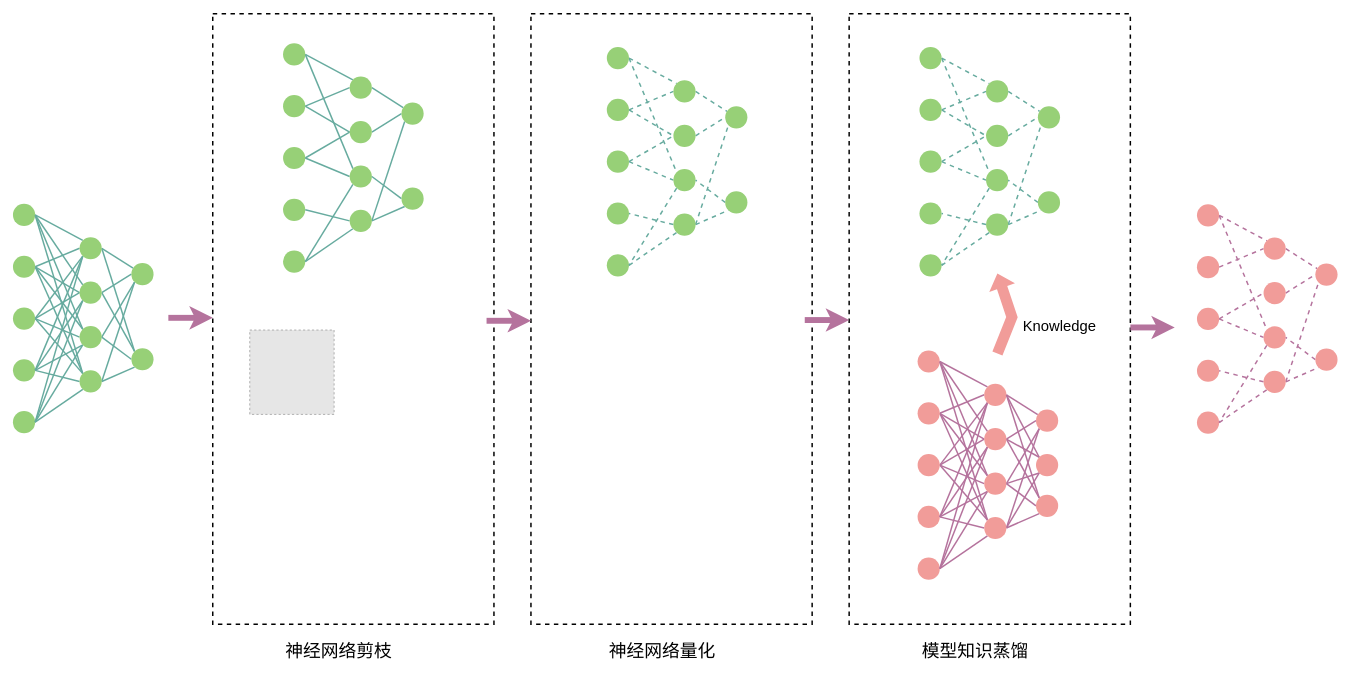
Above: compression.drawio in lsq4747/img (draw.io), before the change. Source tidied: cells renumbered, new cells numbered last; positions are measured from the earlier drawing's top-left corner, leaving out a move shared by most shapes. Both pictures are drawn from the tidied source at 74%, with x=0, y=0 at pixel (13, 13). Pictures stored in the file or linked from it are replaced by grey dashed boxes.
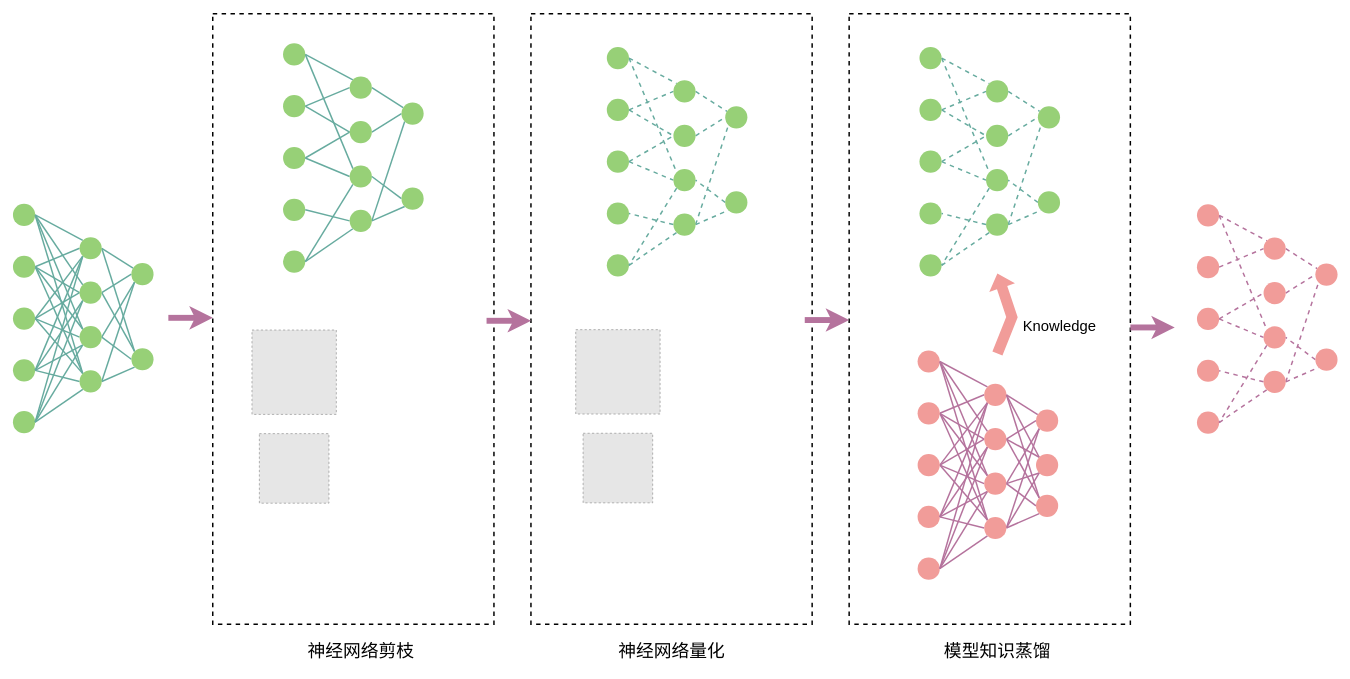
The same diagram, later.

Diff of the diagram source:
```diff
@@
     <mxCell id="3" value="&lt;font style=&quot;font-size: 24px;&quot;&gt;神经网络剪枝&lt;/font&gt;" style="text;html=1;strokeColor=none;fillColor=none;align=center;verticalAlign=middle;whiteSpace=wrap;rounded=0;dashed=1;strokeWidth=2;" parent="1" vertex="1">
-      <mxGeometry x="347.5" y="842" width="185" height="40" as="geometry" />
+      <mxGeometry x="377.5" y="842" width="185" height="40" as="geometry" />
     </mxCell>
     <mxCell id="4" value="&lt;font style=&quot;font-size: 24px;&quot;&gt;神经网络量化&lt;/font&gt;" style="text;html=1;strokeColor=none;fillColor=none;align=center;verticalAlign=middle;whiteSpace=wrap;rounded=0;dashed=1;strokeWidth=2;" parent="1" vertex="1">
-      <mxGeometry x="785" y="842" width="185" height="40" as="geometry" />
+      <mxGeometry x="797.5" y="842" width="185" height="40" as="geometry" />
     </mxCell>
     <mxCell id="5" value="&lt;font style=&quot;font-size: 24px;&quot;&gt;模型知识蒸馏&lt;/font&gt;" style="text;html=1;strokeColor=none;fillColor=none;align=center;verticalAlign=middle;whiteSpace=wrap;rounded=0;dashed=1;strokeWidth=2;" parent="1" vertex="1">
-      <mxGeometry x="1207.5" y="842" width="185" height="40" as="geometry" />
+      <mxGeometry x="1237.5" y="842" width="185" height="40" as="geometry" />
     </mxCell>
@@
     <mxCell id="196" style="fillColor=#E6E6E6;strokeColor=#999999;dashed=1;verticalLabelPosition=bottom;verticalAlign=top;labelBackgroundColor=none;fontSize=20;" parent="1" vertex="1">
-      <mxGeometry x="320" y="427.5" width="114" height="114" as="geometry" />
+      <mxGeometry x="323" y="427.5" width="114" height="114" as="geometry" />
     </mxCell>
+    <mxCell id="197" style="fillColor=#E6E6E6;strokeColor=#999999;dashed=1;verticalLabelPosition=bottom;verticalAlign=top;" parent="1" vertex="1">
+      <mxGeometry x="333" y="567.5" width="94" height="94" as="geometry" />
+    </mxCell>
+    <mxCell id="198" style="fillColor=#E6E6E6;strokeColor=#999999;dashed=1;verticalLabelPosition=bottom;verticalAlign=top;labelBackgroundColor=none;fontSize=20;" parent="1" vertex="1">
+      <mxGeometry x="760.5" y="427" width="114" height="114" as="geometry" />
+    </mxCell>
+    <mxCell id="199" style="fillColor=#E6E6E6;strokeColor=#999999;dashed=1;verticalLabelPosition=bottom;verticalAlign=top;" parent="1" vertex="1">
+      <mxGeometry x="770.5" y="567" width="94" height="94" as="geometry" />
+    </mxCell>
```
